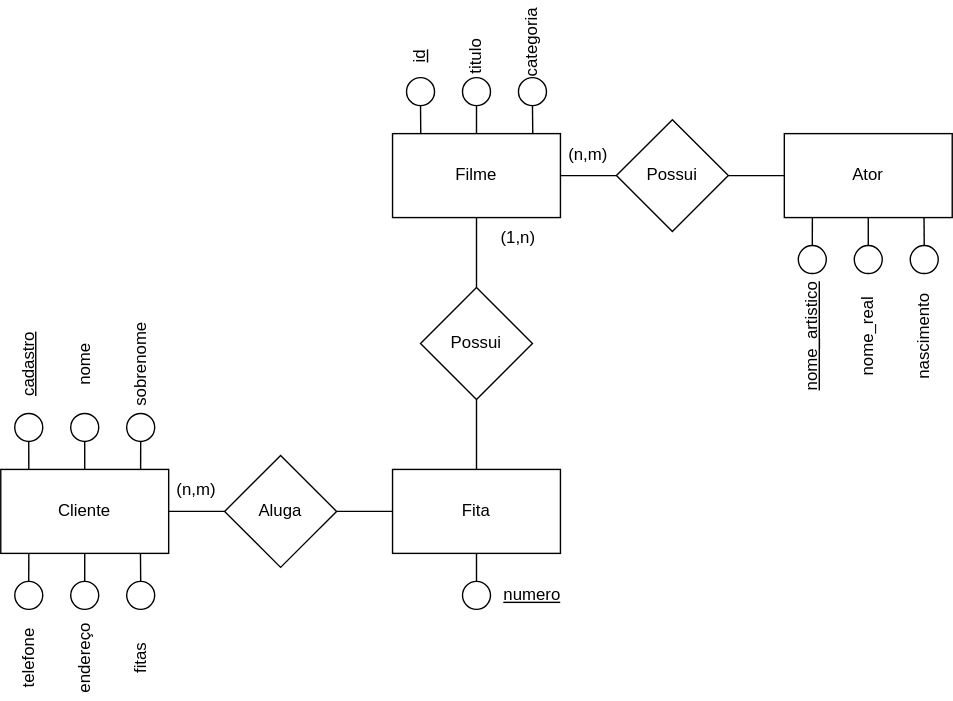
Above: Lista1_28-03/Ex2.svg in andreeeeeeeee/Engenharia_Software (draw.io), before the change. Source tidied: cells renumbered, new cells last; positions are measured from the earlier drawing's top-left corner, leaving out a move shared by most shapes.
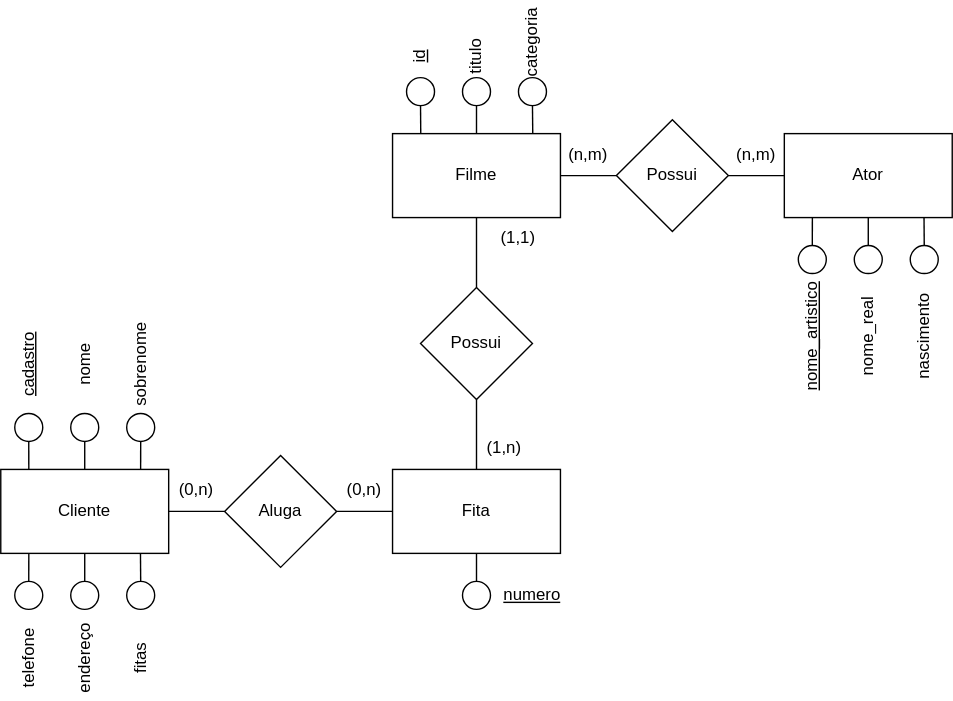
The same diagram one commit later.

The edit, as a diff of the source:
```diff
@@ -21,7 +21,7 @@
         <mxPoint x="350" y="270" as="targetPoint" />
       </mxGeometry>
     </mxCell>
-    <mxCell id="7" value="(1,n)" style="text;html=1;strokeColor=none;fillColor=none;align=center;verticalAlign=middle;whiteSpace=wrap;rounded=0;" parent="1" vertex="1">
+    <mxCell id="7" value="(1,1)" style="text;html=1;strokeColor=none;fillColor=none;align=center;verticalAlign=middle;whiteSpace=wrap;rounded=0;" parent="1" vertex="1">
       <mxGeometry x="350" y="140" width="60" height="30" as="geometry" />
     </mxCell>
     <mxCell id="8" value="Aluga" style="rhombus;whiteSpace=wrap;html=1;" parent="1" vertex="1">
@@ -40,8 +40,8 @@
         <mxPoint x="250" y="350" as="sourcePoint" />
       </mxGeometry>
     </mxCell>
-    <mxCell id="12" value="(n,m)" style="text;html=1;strokeColor=none;fillColor=none;align=center;verticalAlign=middle;whiteSpace=wrap;rounded=0;" parent="1" vertex="1">
-      <mxGeometry x="120" y="320" width="60" height="30" as="geometry" />
+    <mxCell id="12" value="(0,n)" style="text;html=1;strokeColor=none;fillColor=none;align=center;verticalAlign=middle;whiteSpace=wrap;rounded=0;" parent="1" vertex="1">
+      <mxGeometry x="240" y="320" width="60" height="30" as="geometry" />
     </mxCell>
     <mxCell id="13" value="Possui" style="rhombus;whiteSpace=wrap;html=1;" parent="1" vertex="1">
       <mxGeometry x="450" y="70" width="80" height="80" as="geometry" />
@@ -185,5 +185,14 @@
         <mxPoint x="110" y="300" as="targetPoint" />
       </mxGeometry>
     </mxCell>
+    <mxCell id="57" value="(0,n)" style="text;html=1;strokeColor=none;fillColor=none;align=center;verticalAlign=middle;whiteSpace=wrap;rounded=0;" parent="1" vertex="1">
+      <mxGeometry x="120" y="320" width="60" height="30" as="geometry" />
+    </mxCell>
+    <mxCell id="58" value="(1,n)" style="text;html=1;strokeColor=none;fillColor=none;align=center;verticalAlign=middle;whiteSpace=wrap;rounded=0;" parent="1" vertex="1">
+      <mxGeometry x="340" y="290" width="60" height="30" as="geometry" />
+    </mxCell>
+    <mxCell id="59" value="(n,m)" style="text;html=1;strokeColor=none;fillColor=none;align=center;verticalAlign=middle;whiteSpace=wrap;rounded=0;" parent="1" vertex="1">
+      <mxGeometry x="520" y="80" width="60" height="30" as="geometry" />
+    </mxCell>
   </root>
 </mxGraphModel>
```
